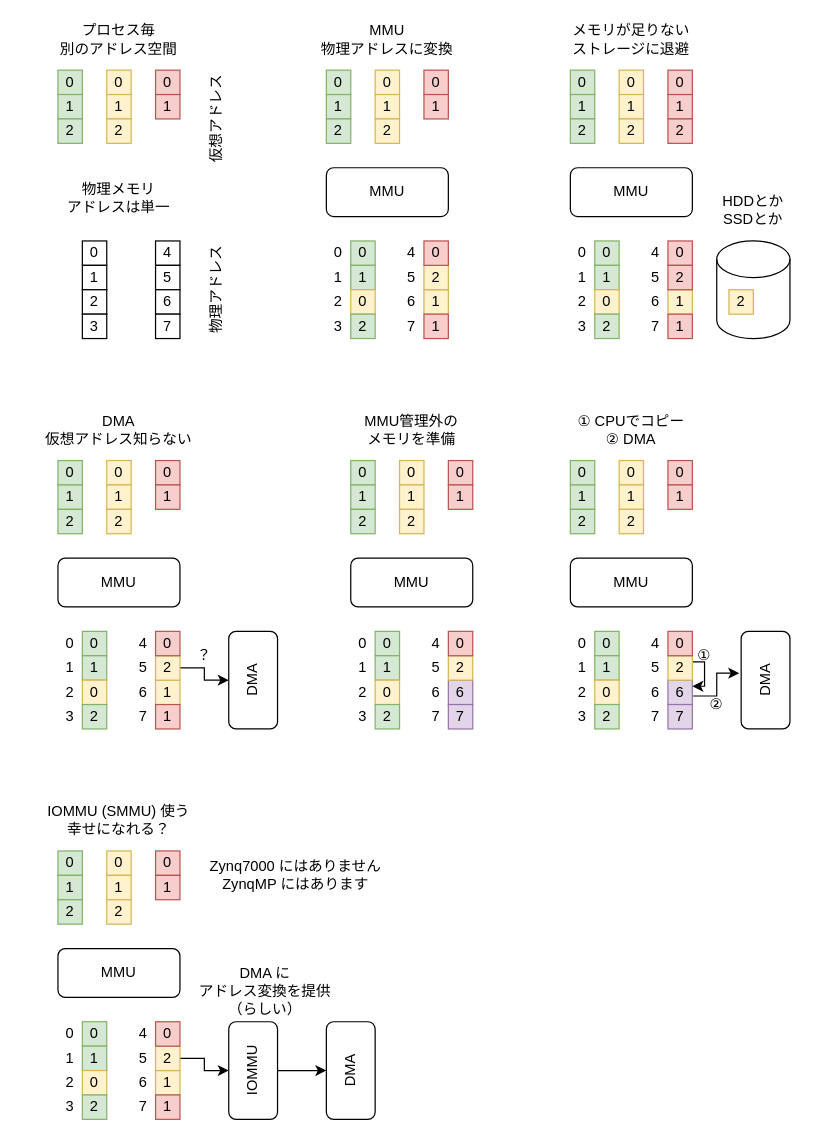
Above: petalinux_dma/MMU/仮想記憶.drawio in tom01h/TIL (draw.io), before the change. Source tidied: cells renumbered, new cells numbered last; positions are measured from the earlier drawing's top-left corner, leaving out a move shared by most shapes. Both pictures are drawn from the tidied source at 122%, with x=0, y=0 at pixel (33, 21).
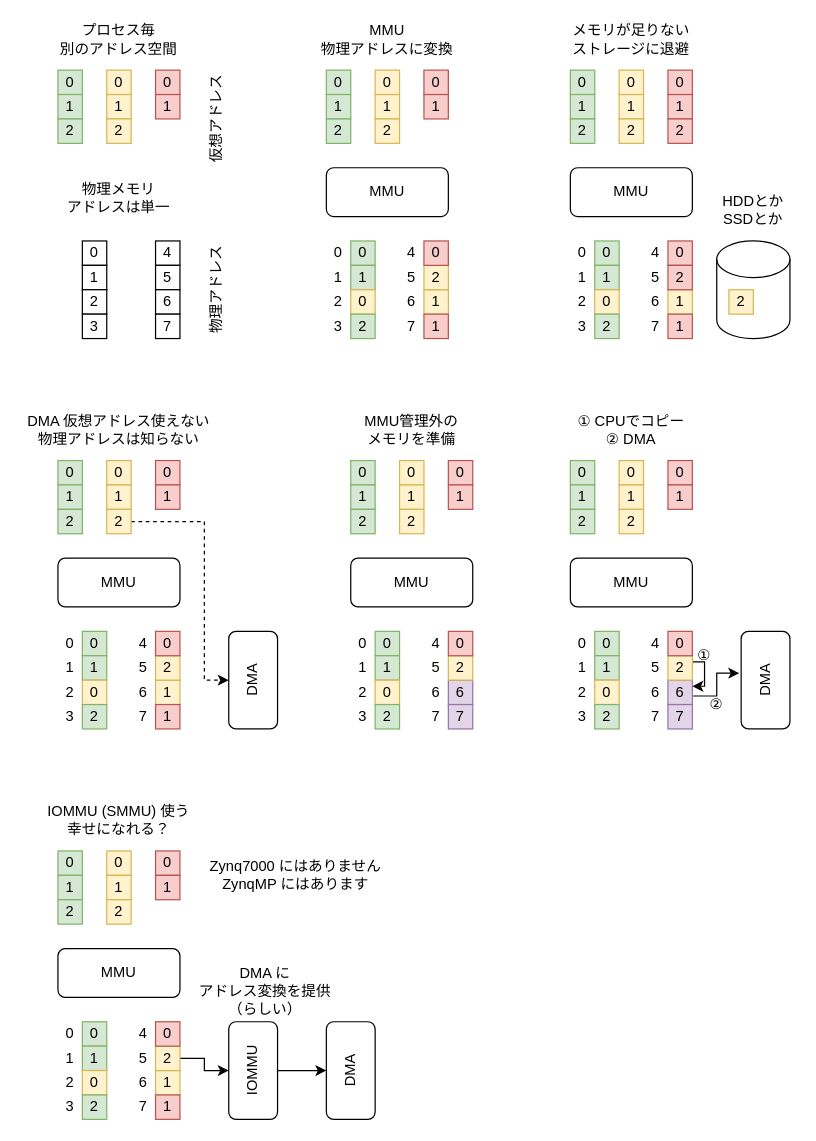
Above is the later version.

The change refers to these unchanged cells:
```xml
<mxCell id="85" value="2" style="rounded=0;whiteSpace=wrap;html=1;fillColor=#fff2cc;strokeColor=#d6b656;" parent="1" vertex="1">
  <mxGeometry x="60" y="400" width="20" height="20" as="geometry" />
</mxCell>
<mxCell id="94" value="2" style="rounded=0;whiteSpace=wrap;html=1;fillColor=#fff2cc;strokeColor=#d6b656;" parent="1" vertex="1">
  <mxGeometry x="100" y="520" width="20" height="20" as="geometry" />
</mxCell>
<mxCell id="105" value="DMA" style="rounded=1;whiteSpace=wrap;html=1;rotation=-90;" parent="1" vertex="1">
  <mxGeometry x="140" y="520" width="80" height="40" as="geometry" />
</mxCell>
```

The edit, as a diff of the source:
```diff
@@
-    <mxCell id="79" value="DMA&lt;br&gt;仮想アドレス知らない" style="text;html=1;strokeColor=none;fillColor=none;align=center;verticalAlign=middle;whiteSpace=wrap;rounded=0;" parent="1" vertex="1">
-      <mxGeometry y="320" width="140" height="30" as="geometry" />
+    <mxCell id="79" value="DMA 仮想アドレス使えない&lt;br&gt;物理アドレスは知らない" style="text;html=1;strokeColor=none;fillColor=none;align=center;verticalAlign=middle;whiteSpace=wrap;rounded=0;" parent="1" vertex="1">
+      <mxGeometry x="-10" y="320" width="160" height="30" as="geometry" />
     </mxCell>
@@
+    <mxCell id="196" style="edgeStyle=orthogonalEdgeStyle;rounded=0;jettySize=auto;html=1;exitX=1;exitY=0.5;exitDx=0;exitDy=0;entryX=0.5;entryY=0;entryDx=0;entryDy=0;dashed=1;" parent="1" edge="1" source="85" target="105">
+      <mxGeometry relative="1" as="geometry">
+        <Array as="points">
+          <mxPoint x="140" y="410" />
+          <mxPoint x="140" y="540" />
+        </Array>
+      </mxGeometry>
+    </mxCell>
@@
-    <mxCell id="93" style="edgeStyle=orthogonalEdgeStyle;rounded=0;jettySize=auto;html=1;exitX=1;exitY=0.5;exitDx=0;exitDy=0;entryX=0.5;entryY=0;entryDx=0;entryDy=0;" parent="1" edge="1" source="94" target="105">
-      <mxGeometry relative="1" as="geometry" />
-    </mxCell>
@@
-    <mxCell id="106" value="？" style="text;html=1;strokeColor=none;fillColor=none;align=center;verticalAlign=middle;whiteSpace=wrap;rounded=0;" parent="1" vertex="1">
-      <mxGeometry x="120" y="510" width="40" height="20" as="geometry" />
-    </mxCell>
```
